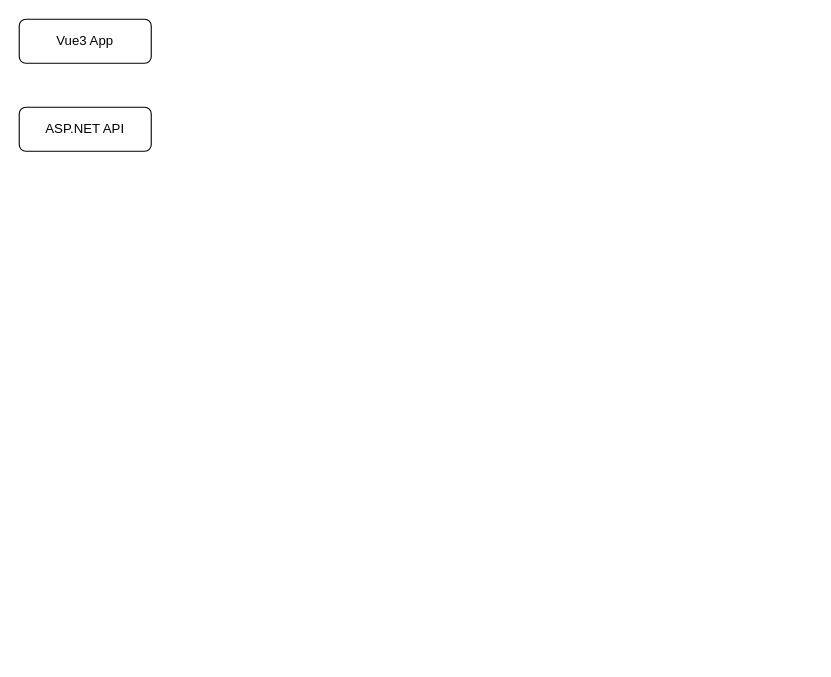
Above: Infrastructure.drawio in hs-wolf/mypopcache (draw.io), before the change. Source tidied: cells renumbered, new cells numbered last; positions are measured from the earlier drawing's top-left corner, leaving out a move shared by most shapes. Both pictures are drawn from the tidied source at 110%, with x=0, y=0 at pixel (19, 19).
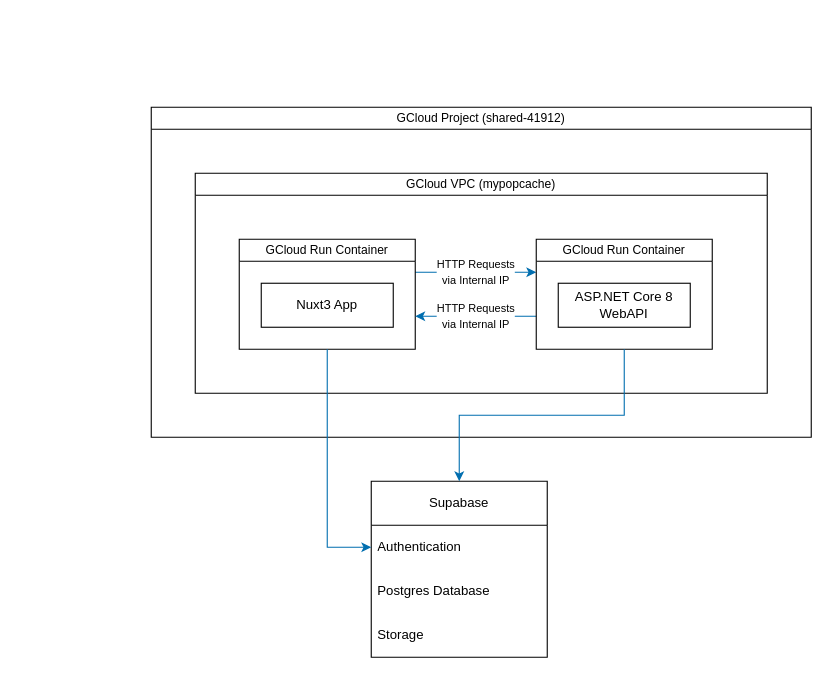
Above is the later version.

The edit, as a diff of the source:
```diff
@@
 <mxGraphModel>
   <root>
     <mxCell id="0" />
     <mxCell id="1" parent="0" />
-    <mxCell id="2" value="Vue3 App" style="rounded=1;whiteSpace=wrap;html=1;" parent="1" vertex="1">
-      <mxGeometry width="120" height="40" as="geometry" />
-    </mxCell>
-    <mxCell id="3" value="ASP.NET API" style="rounded=1;whiteSpace=wrap;html=1;" parent="1" vertex="1">
-      <mxGeometry y="80" width="120" height="40" as="geometry" />
-    </mxCell>
+    <mxCell id="4" value="GCloud Project (&lt;span class=&quot;cfc-purview-picker-list-id cfc-color-secondary ng-star-inserted&quot;&gt;shared-41912) &lt;/span&gt;" style="swimlane;whiteSpace=wrap;html=1;startSize=20;swimlaneLine=1;fontSize=11;fontStyle=0;" parent="1" vertex="1">
+      <mxGeometry x="120" y="80" width="600" height="300" as="geometry" />
+    </mxCell>
+    <mxCell id="5" value="GCloud VPC (mypopcache)" style="swimlane;whiteSpace=wrap;html=1;startSize=20;fontSize=11;fontStyle=0;" parent="4" vertex="1">
+      <mxGeometry x="40" y="60" width="520" height="200" as="geometry" />
+    </mxCell>
+    <mxCell id="6" value="&lt;font size=&quot;1&quot;&gt;HTTP Requests&lt;br&gt;via Internal IP&lt;/font&gt;" style="edgeStyle=orthogonalEdgeStyle;rounded=0;orthogonalLoop=1;jettySize=auto;html=1;fillColor=#1ba1e2;strokeColor=#006EAF;" parent="5" edge="1">
+      <mxGeometry relative="1" as="geometry">
+        <mxPoint x="200" y="90" as="sourcePoint" />
+        <mxPoint x="310" y="90" as="targetPoint" />
+      </mxGeometry>
+    </mxCell>
+    <mxCell id="7" value="GCloud Run Container" style="swimlane;whiteSpace=wrap;html=1;startSize=20;fontSize=11;fontStyle=0;" parent="5" vertex="1">
+      <mxGeometry x="40" y="60" width="160" height="100" as="geometry" />
+    </mxCell>
+    <mxCell id="8" value="&lt;div&gt;Nuxt3 App&lt;/div&gt;" style="rounded=0;whiteSpace=wrap;html=1;" parent="7" vertex="1">
+      <mxGeometry x="20" y="40" width="120" height="40" as="geometry" />
+    </mxCell>
+    <mxCell id="9" value="&lt;font size=&quot;1&quot;&gt;HTTP Requests&lt;br&gt;via Internal IP&lt;/font&gt;&lt;br&gt;" style="edgeStyle=orthogonalEdgeStyle;rounded=0;orthogonalLoop=1;jettySize=auto;html=1;fillColor=#1ba1e2;strokeColor=#006EAF;" parent="5" edge="1">
+      <mxGeometry relative="1" as="geometry">
+        <mxPoint x="310" y="130" as="sourcePoint" />
+        <mxPoint x="200" y="130" as="targetPoint" />
+      </mxGeometry>
+    </mxCell>
+    <mxCell id="10" value="GCloud Run Container" style="swimlane;whiteSpace=wrap;html=1;startSize=20;fontSize=11;fontStyle=0;" parent="5" vertex="1">
+      <mxGeometry x="310" y="60" width="160" height="100" as="geometry" />
+    </mxCell>
+    <mxCell id="11" value="ASP.NET Core 8 WebAPI" style="rounded=0;whiteSpace=wrap;html=1;" parent="10" vertex="1">
+      <mxGeometry x="20" y="40" width="120" height="40" as="geometry" />
+    </mxCell>
+    <mxCell id="12" value="Supabase" style="swimlane;fontStyle=0;horizontal=1;startSize=40;whiteSpace=wrap;html=1;" parent="1" vertex="1">
+      <mxGeometry x="320" y="420" width="160" height="160" as="geometry" />
+    </mxCell>
+    <mxCell id="13" value="Authentication" style="text;strokeColor=none;fillColor=none;align=left;verticalAlign=middle;spacingLeft=4;spacingRight=4;overflow=hidden;points=[[0,0.5],[1,0.5]];portConstraint=eastwest;whiteSpace=wrap;html=1;" parent="12" vertex="1">
+      <mxGeometry y="40" width="160" height="40" as="geometry" />
+    </mxCell>
+    <mxCell id="14" value="Postgres Database" style="text;strokeColor=none;fillColor=none;align=left;verticalAlign=middle;spacingLeft=4;spacingRight=4;overflow=hidden;whiteSpace=wrap;html=1;" parent="12" vertex="1">
+      <mxGeometry y="80" width="160" height="40" as="geometry" />
+    </mxCell>
+    <mxCell id="15" value="Storage" style="text;strokeColor=none;fillColor=none;align=left;verticalAlign=middle;spacingLeft=4;spacingRight=4;overflow=hidden;whiteSpace=wrap;html=1;" parent="12" vertex="1">
+      <mxGeometry y="120" width="160" height="40" as="geometry" />
+    </mxCell>
+    <mxCell id="16" style="edgeStyle=orthogonalEdgeStyle;rounded=0;jettySize=auto;html=1;fillColor=#1ba1e2;strokeColor=#006EAF;" parent="1" edge="1" source="10" target="12">
+      <mxGeometry relative="1" as="geometry" />
+    </mxCell>
+    <mxCell id="17" style="edgeStyle=orthogonalEdgeStyle;rounded=0;jettySize=auto;html=1;fillColor=#1ba1e2;strokeColor=#006EAF;" parent="1" edge="1" source="7" target="13">
+      <mxGeometry relative="1" as="geometry" />
+    </mxCell>
   </root>
 </mxGraphModel>
```
